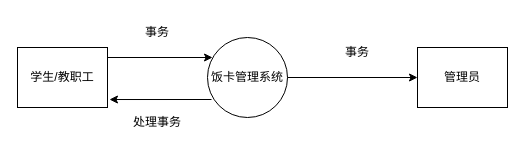
The draw.io diagram all.drawio in MyBozai/Java, before the edit. Source tidied: cells renumbered, new cells numbered last; positions are measured from the earlier drawing's top-left corner, leaving out a move shared by most shapes. Both pictures are drawn from the tidied source at 100%, with x=0, y=0 at pixel (17, 17).
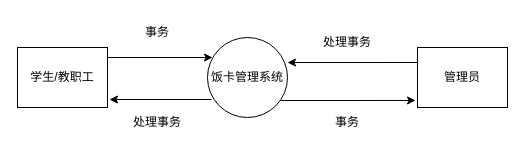
Above is the later version.

Commit message:
顶级数据流图.drawio

What changed in the source:
```diff
@@
 <mxGraphModel>
   <root>
     <mxCell id="0" />
     <mxCell id="1" parent="0" />
     <mxCell id="2" value="学生/教职工" style="rounded=0;whiteSpace=wrap;html=1;" parent="1" vertex="1">
       <mxGeometry y="30" width="90" height="60" as="geometry" />
     </mxCell>
+    <mxCell id="7" style="edgeStyle=orthogonalEdgeStyle;rounded=0;jettySize=auto;html=1;exitX=1;exitY=1;exitDx=0;exitDy=0;entryX=-0.022;entryY=0.883;entryDx=0;entryDy=0;entryPerimeter=0;" parent="1" edge="1" source="3" target="4">
+      <mxGeometry relative="1" as="geometry">
+        <Array as="points">
+          <mxPoint x="258" y="83" />
+        </Array>
+      </mxGeometry>
+    </mxCell>
     <mxCell id="3" value="饭卡管理系统" style="ellipse;whiteSpace=wrap;html=1;" parent="1" vertex="1">
       <mxGeometry x="190" y="20" width="80" height="80" as="geometry" />
     </mxCell>
+    <mxCell id="11" style="edgeStyle=orthogonalEdgeStyle;rounded=0;jettySize=auto;html=1;exitX=0;exitY=0.25;exitDx=0;exitDy=0;entryX=1;entryY=0.313;entryDx=0;entryDy=0;entryPerimeter=0;" parent="1" edge="1" source="4" target="3">
+      <mxGeometry relative="1" as="geometry" />
+    </mxCell>
     <mxCell id="4" value="管理员" style="rounded=0;whiteSpace=wrap;html=1;" parent="1" vertex="1">
       <mxGeometry x="400" y="30" width="90" height="60" as="geometry" />
     </mxCell>
     <mxCell id="5" style="endArrow=classic;html=1;rounded=0;entryX=0.063;entryY=0.25;entryDx=0;entryDy=0;entryPerimeter=0;" parent="1" edge="1" target="3">
       <mxGeometry relative="1" as="geometry">
         <mxPoint x="90" y="40" as="sourcePoint" />
       </mxGeometry>
     </mxCell>
     <mxCell id="6" style="endArrow=classic;html=1;rounded=0;entryX=1.022;entryY=0.867;entryDx=0;entryDy=0;entryPerimeter=0;" parent="1" edge="1" target="2">
       <mxGeometry relative="1" as="geometry">
         <mxPoint x="194" y="82" as="sourcePoint" />
       </mxGeometry>
     </mxCell>
-    <mxCell id="7" style="endArrow=classic;html=1;rounded=0;exitX=1;exitY=0.5;exitDx=0;exitDy=0;entryX=0;entryY=0.5;entryDx=0;entryDy=0;" parent="1" edge="1" source="3" target="4">
-      <mxGeometry relative="1" as="geometry" />
-    </mxCell>
     <mxCell id="8" value="事务" style="text;html=1;strokeColor=none;fillColor=none;align=center;verticalAlign=middle;whiteSpace=wrap;rounded=0;" parent="1" vertex="1">
       <mxGeometry x="110" width="60" height="30" as="geometry" />
     </mxCell>
     <mxCell id="9" value="处理事务" style="text;html=1;strokeColor=none;fillColor=none;align=center;verticalAlign=middle;whiteSpace=wrap;rounded=0;" parent="1" vertex="1">
       <mxGeometry x="110" y="90" width="60" height="30" as="geometry" />
     </mxCell>
-    <mxCell id="10" value="事务" style="text;html=1;strokeColor=none;fillColor=none;align=center;verticalAlign=middle;whiteSpace=wrap;rounded=0;" parent="1" vertex="1">
-      <mxGeometry x="310" y="20" width="60" height="30" as="geometry" />
+    <mxCell id="10" value="处理事务" style="text;html=1;strokeColor=none;fillColor=none;align=center;verticalAlign=middle;whiteSpace=wrap;rounded=0;" parent="1" vertex="1">
+      <mxGeometry x="300" y="10" width="60" height="30" as="geometry" />
     </mxCell>
+    <mxCell id="12" value="事务" style="text;html=1;strokeColor=none;fillColor=none;align=center;verticalAlign=middle;whiteSpace=wrap;rounded=0;" parent="1" vertex="1">
+      <mxGeometry x="300" y="90" width="60" height="30" as="geometry" />
+    </mxCell>
   </root>
 </mxGraphModel>
```
